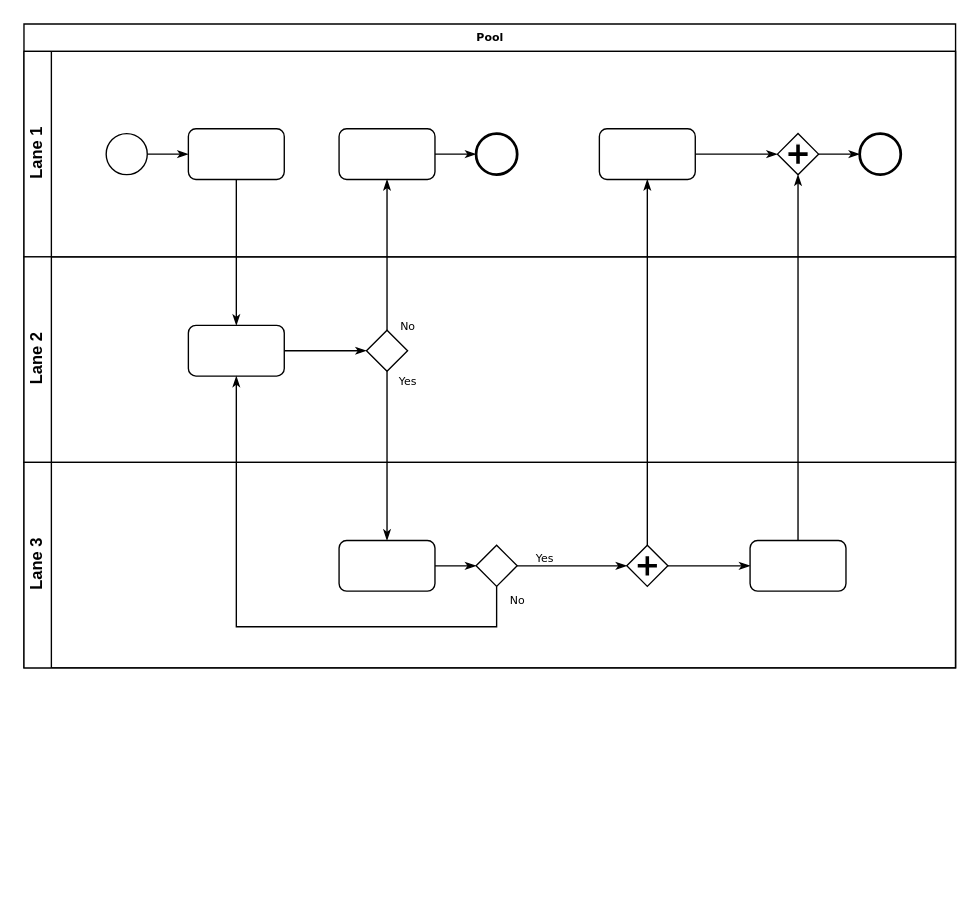
Earlier version of the draw.io diagram CMI.drawio (paulchicaiza/tics). Source tidied: cells renumbered, new cells numbered last; positions are measured from the earlier drawing's top-left corner, leaving out a move shared by most shapes. Both pictures are drawn from the tidied source at 137%, with x=0, y=0 at pixel (23, 23).
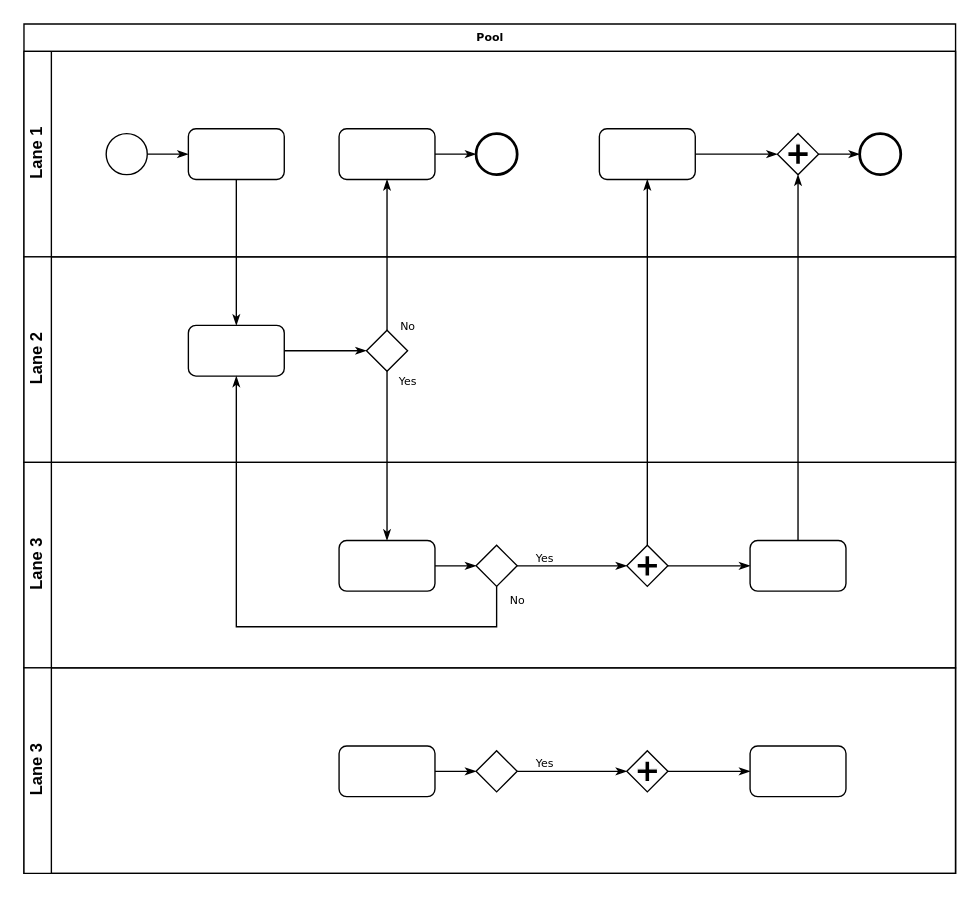
After the change.

The edit, as a diff of the source:
```diff
@@
     <mxCell id="2" value="Pool" style="swimlane;html=1;horizontal=1;startSize=20;rounded=0;shadow=0;labelBackgroundColor=none;strokeWidth=1;fontFamily=Verdana;fontSize=8;align=center;" parent="1" vertex="1">
-      <mxGeometry width="680" height="470" as="geometry" />
+      <mxGeometry width="680" height="620" as="geometry" />
     </mxCell>
@@
+    <mxCell id="33" value="Lane 3" style="swimlane;html=1;startSize=20;horizontal=0;" parent="2" vertex="1">
+      <mxGeometry y="470" width="680" height="150" as="geometry" />
+    </mxCell>
+    <mxCell id="34" style="edgeStyle=orthogonalEdgeStyle;rounded=0;html=1;labelBackgroundColor=none;startArrow=none;startFill=0;startSize=5;endArrow=classicThin;endFill=1;endSize=5;jettySize=auto;strokeWidth=1;fontFamily=Verdana;fontSize=8;" parent="33" edge="1" source="35" target="37">
+      <mxGeometry relative="1" as="geometry" />
+    </mxCell>
+    <mxCell id="35" style="rounded=1;whiteSpace=wrap;html=1;shadow=0;labelBackgroundColor=none;strokeWidth=1;fontFamily=Verdana;fontSize=8;align=center;" parent="33" vertex="1">
+      <mxGeometry x="230" y="57" width="70" height="37" as="geometry" />
+    </mxCell>
+    <mxCell id="36" value="Yes" style="edgeStyle=orthogonalEdgeStyle;rounded=0;html=1;entryX=0;entryY=0.5;labelBackgroundColor=none;startArrow=none;startFill=0;startSize=5;endArrow=classicThin;endFill=1;endSize=5;jettySize=auto;strokeWidth=1;fontFamily=Verdana;fontSize=8;" parent="33" edge="1" source="37" target="39">
+      <mxGeometry x="-0.5" y="6" relative="1" as="geometry" />
+    </mxCell>
+    <mxCell id="37" style="strokeWidth=1;html=1;shape=mxgraph.flowchart.decision;whiteSpace=wrap;rounded=1;shadow=0;labelBackgroundColor=none;fontFamily=Verdana;fontSize=8;align=center;" parent="33" vertex="1">
+      <mxGeometry x="330" y="60.5" width="30" height="30" as="geometry" />
+    </mxCell>
+    <mxCell id="38" style="edgeStyle=orthogonalEdgeStyle;rounded=0;html=1;labelBackgroundColor=none;startArrow=none;startFill=0;startSize=5;endArrow=classicThin;endFill=1;endSize=5;jettySize=auto;strokeColor=#000000;strokeWidth=1;fontFamily=Verdana;fontSize=8;fontColor=#000000;" parent="33" edge="1" source="39" target="40">
+      <mxGeometry relative="1" as="geometry" />
+    </mxCell>
+    <mxCell id="39" style="shape=mxgraph.bpmn.shape;html=1;verticalLabelPosition=bottom;labelBackgroundColor=#ffffff;verticalAlign=top;perimeter=rhombusPerimeter;background=gateway;outline=none;symbol=parallelGw;rounded=1;shadow=0;strokeWidth=1;fontFamily=Verdana;fontSize=8;align=center;" parent="33" vertex="1">
+      <mxGeometry x="440" y="60.5" width="30" height="30" as="geometry" />
+    </mxCell>
+    <mxCell id="40" style="rounded=1;whiteSpace=wrap;html=1;shadow=0;labelBackgroundColor=none;strokeWidth=1;fontFamily=Verdana;fontSize=8;align=center;" parent="33" vertex="1">
+      <mxGeometry x="530" y="57" width="70" height="37" as="geometry" />
+    </mxCell>
```
